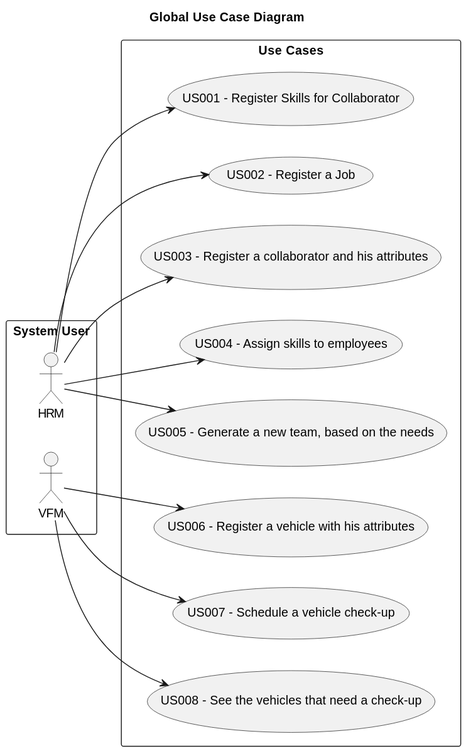
Earlier version of the PlantUML export docs/sprintB/global-artifacts/01.requirements-engineering/svg/use-case-diagram.svg (ricardomm7/leaflink).
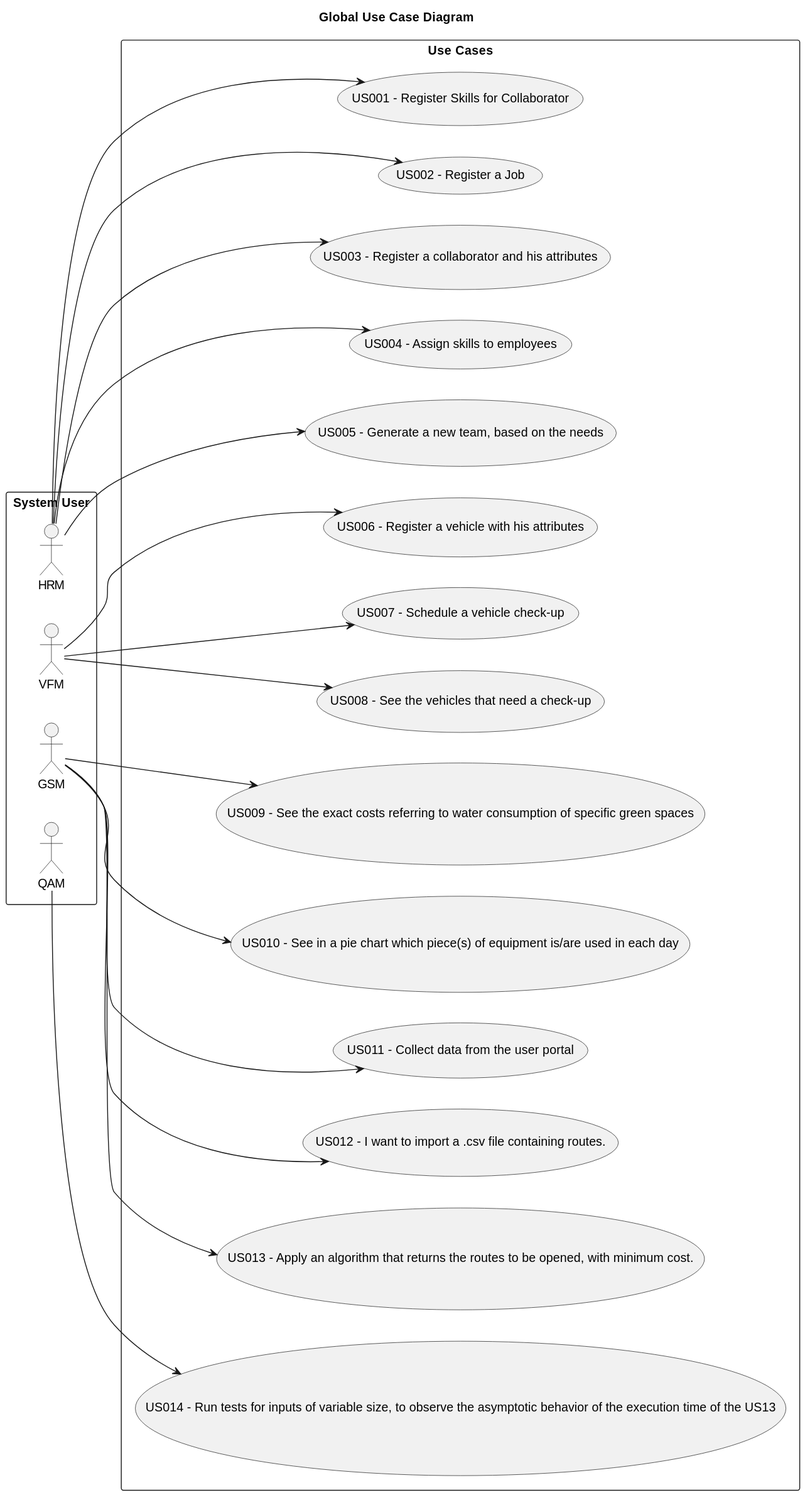
Later version of the same file.

What changed in the source:
```diff
@@ -10,6 +10,8 @@
 rectangle "System User" as actors {
     actor HRM
     actor VFM
+    actor GSM
+    actor QAM
 }
 
 rectangle "Use Cases" as usecases{
@@ -51,4 +53,30 @@
     usecase "US008 - See the vehicles that need a check-up" as US008
     VFM --> US008
 }
+
+rectangle "Use Cases" as usecases{
+    usecase "US009 - See the exact costs referring to water consumption of specific green spaces" as US009
+    GSM --> US009
+}
+
+rectangle "Use Cases" as usecases{
+    usecase "US010 - See in a pie chart which piece(s) of equipment is/are used in each day" as US010
+    GSM --> US010
+}
+rectangle "Use Cases" as usecases{
+    usecase "US011 - Collect data from the user portal" as US011
+    GSM --> US011
+}
+rectangle "Use Cases" as usecases{
+    usecase "US012 - I want to import a .csv file containing routes." as US012
+    GSM --> US012
+}
+rectangle "Use Cases" as usecases{
+    usecase "US013 - Apply an algorithm that returns the routes to be opened, with minimum cost." as US013
+    GSM --> US013
+}
+rectangle "Use Cases" as usecases{
+    usecase "US014 - Run tests for inputs of variable size, to observe the asymptotic behavior of the execution time of the US13" as US014
+    QAM --> US014
+}
 @enduml
```
